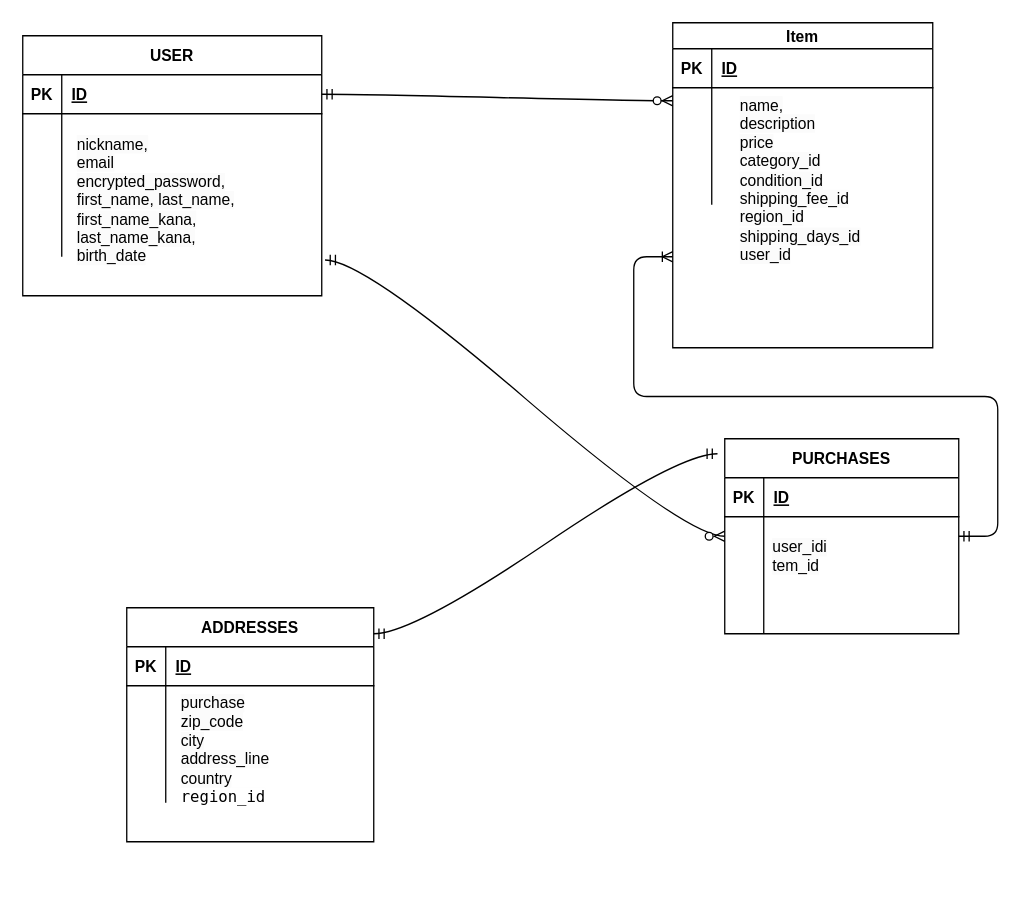
Before: furima.dio in Iwanttomorrowtocome/furima-41479, a draw.io diagram. Source tidied: cells renumbered, new cells numbered last; positions are measured from the earlier drawing's top-left corner, leaving out a move shared by most shapes. Both pictures are drawn from the tidied source at 130%, with x=0, y=0 at pixel (22, 22).
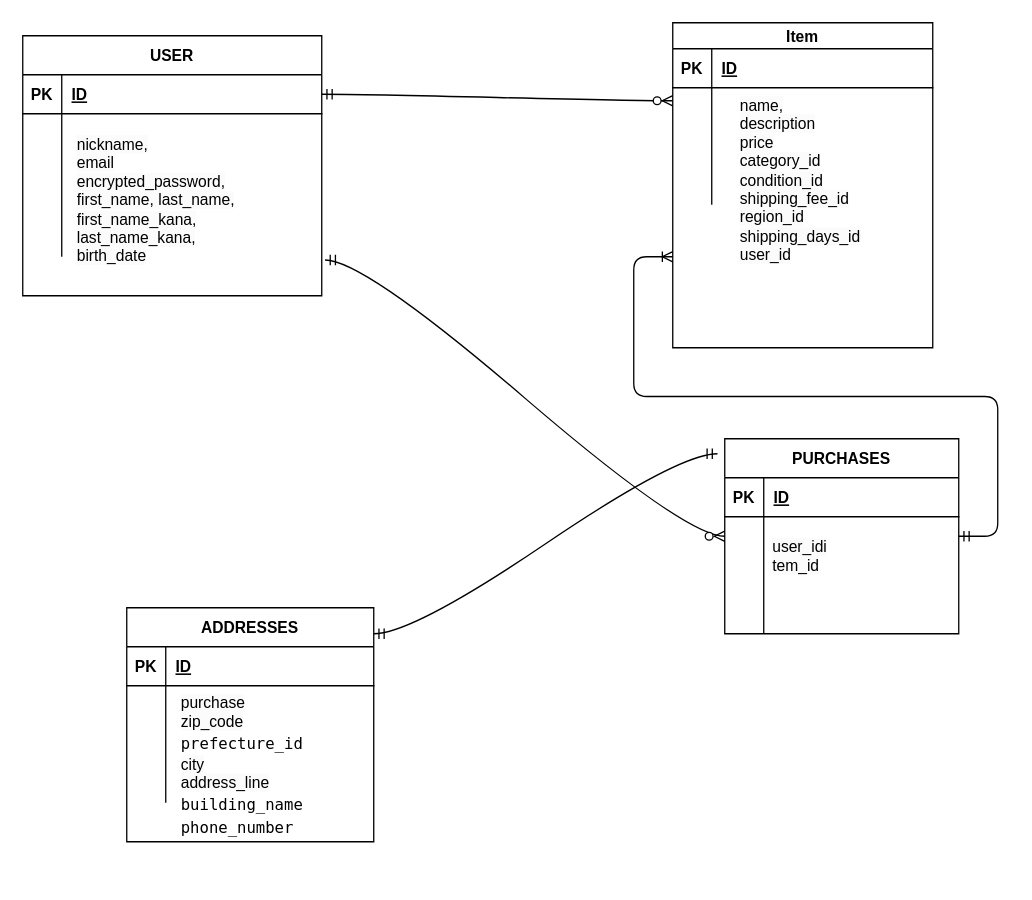
Above is the later version.

What changed in the source:
```diff
@@
-    <mxCell id="57" value="&lt;span style=&quot;color: rgb(0, 0, 0); font-family: Helvetica; font-size: 12px; font-style: normal; font-variant-ligatures: normal; font-variant-caps: normal; font-weight: 400; letter-spacing: normal; orphans: 2; text-align: left; text-indent: 0px; text-transform: none; widows: 2; word-spacing: 0px; -webkit-text-stroke-width: 0px; background-color: rgb(251, 251, 251); text-decoration-thickness: initial; text-decoration-style: initial; text-decoration-color: initial; float: none; display: inline !important;&quot;&gt;purchase&lt;br&gt;zip_code&lt;br&gt;city&lt;br&gt;address_line&lt;br&gt;country&lt;br&gt;&lt;span style=&quot;font-family: Menlo, Monaco, &amp;quot;Courier New&amp;quot;, monospace; background-color: rgb(255, 255, 255);&quot;&gt;region_id&lt;/span&gt;&lt;br&gt;&lt;br&gt;&lt;/span&gt;" style="text;whiteSpace=wrap;html=1;" parent="1" vertex="1">
+    <mxCell id="57" value="&lt;span style=&quot;color: rgb(0, 0, 0); font-family: Helvetica; font-size: 12px; font-style: normal; font-variant-ligatures: normal; font-variant-caps: normal; font-weight: 400; letter-spacing: normal; orphans: 2; text-align: left; text-indent: 0px; text-transform: none; widows: 2; word-spacing: 0px; -webkit-text-stroke-width: 0px; background-color: rgb(251, 251, 251); text-decoration-thickness: initial; text-decoration-style: initial; text-decoration-color: initial; float: none; display: inline !important;&quot;&gt;purchase&lt;br&gt;zip_code&lt;br&gt;&lt;div style=&quot;background-color: rgb(255, 255, 255); font-family: Menlo, Monaco, &amp;quot;Courier New&amp;quot;, monospace; line-height: 18px;&quot;&gt;prefecture_id&lt;/div&gt;city&lt;br&gt;address_line&lt;br&gt;&lt;div style=&quot;background-color: rgb(255, 255, 255); font-family: Menlo, Monaco, &amp;quot;Courier New&amp;quot;, monospace; line-height: 18px;&quot;&gt;building_name &lt;/div&gt;&lt;div style=&quot;background-color: rgb(255, 255, 255); font-family: Menlo, Monaco, &amp;quot;Courier New&amp;quot;, monospace; line-height: 18px;&quot;&gt;phone_number &lt;/div&gt;&lt;br&gt;&lt;br&gt;&lt;/span&gt;" style="text;whiteSpace=wrap;html=1;" parent="1" vertex="1">
       <mxGeometry x="120" y="510" width="100" height="110" as="geometry" />
     </mxCell>
```
